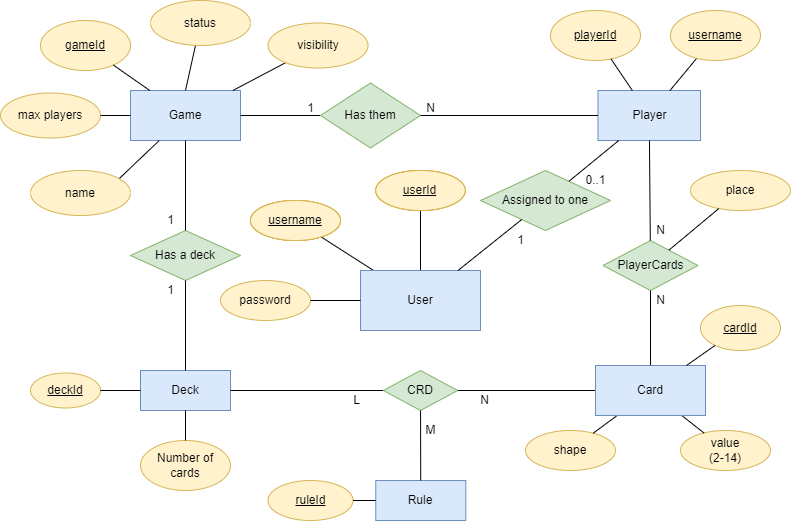
The draw.io diagram docs/data_model_3.png in pintertamas/shed-backend, before a commit. Source tidied: cells renumbered, new cells last; positions are measured from the earlier drawing's top-left corner, leaving out a move shared by most shapes.
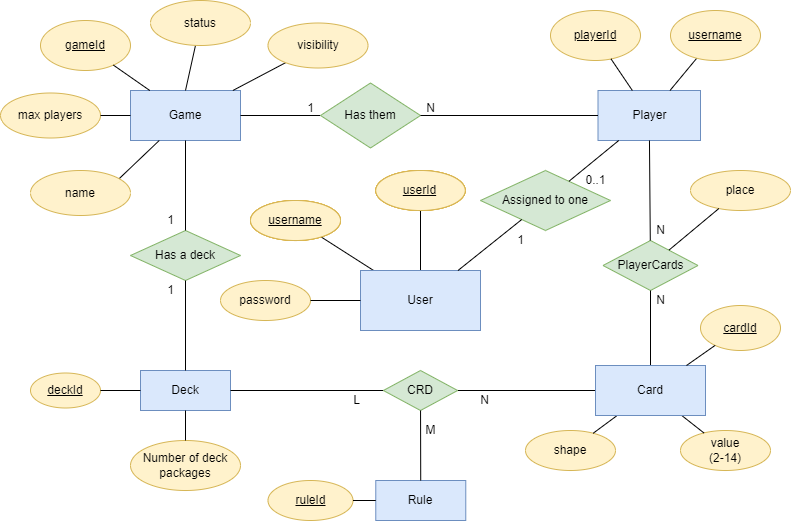
Later version of the same file.

Commit message:
data model and mockup update

The edit, as a diff of the source:
```diff
@@ -131,8 +131,8 @@
     <mxCell id="44" style="endArrow=none;html=1;rounded=0;" parent="1" edge="1" source="43" target="33">
       <mxGeometry relative="1" as="geometry" />
     </mxCell>
-    <mxCell id="45" value="Number of cards" style="ellipse;whiteSpace=wrap;html=1;fillColor=#fff2cc;strokeColor=#d6b656;" parent="1" vertex="1">
-      <mxGeometry x="140" y="440" width="90" height="50" as="geometry" />
+    <mxCell id="45" value="Number of deck packages" style="ellipse;whiteSpace=wrap;html=1;fillColor=#fff2cc;strokeColor=#d6b656;" parent="1" vertex="1">
+      <mxGeometry x="130" y="440" width="110" height="50" as="geometry" />
     </mxCell>
     <mxCell id="46" style="endArrow=none;html=1;rounded=0;" parent="1" edge="1" source="45" target="10">
       <mxGeometry relative="1" as="geometry" />
```
